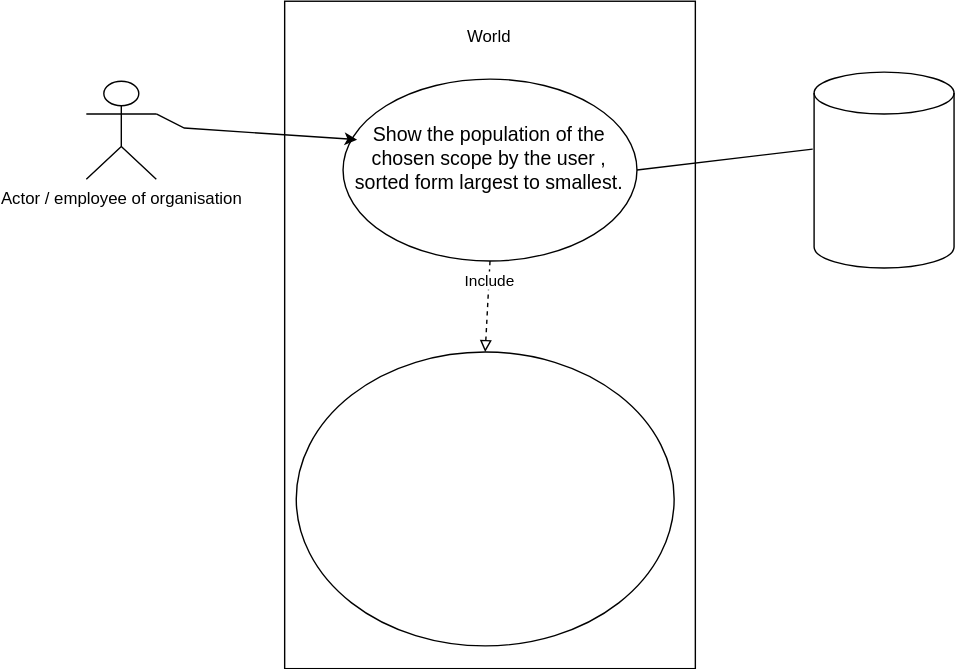
This is use-cases/populationDiagram.svg from RoryM18/sem_group20, a draw.io export, as it was before one commit. Source tidied: cells renumbered, new cells last; positions are measured from the earlier drawing's top-left corner, leaving out a move shared by most shapes.
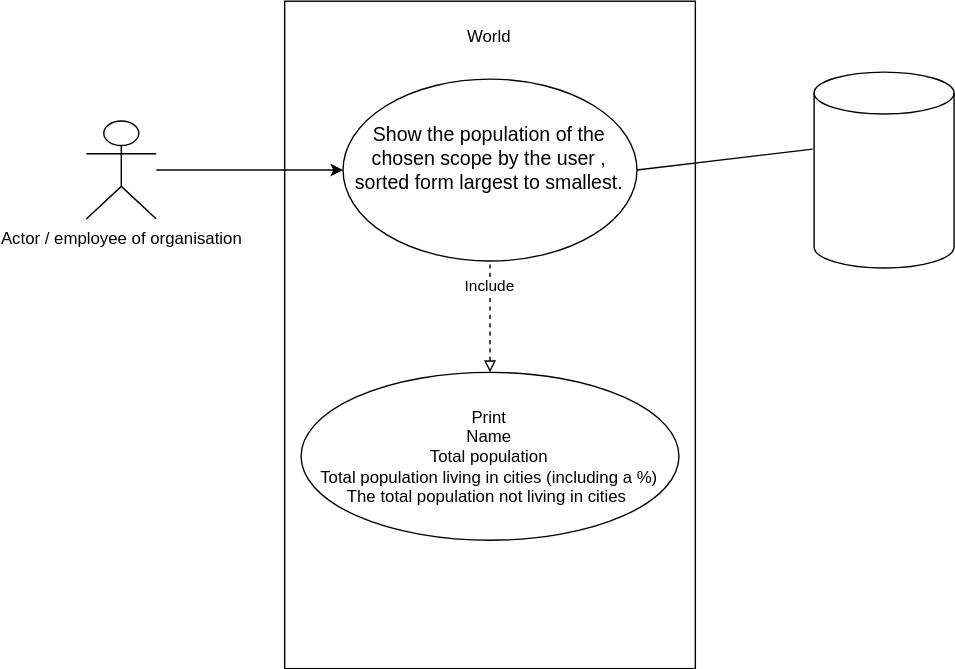
After the commit.

What changed in the source:
```diff
@@ -2,10 +2,13 @@
   <root>
     <mxCell id="0" />
     <mxCell id="1" parent="0" />
+    <mxCell id="8" style="edgeStyle=orthogonalEdgeStyle;rounded=0;jettySize=auto;html=1;fontColor=#000000;" parent="1" edge="1" source="2" target="5">
+      <mxGeometry relative="1" as="geometry" />
+    </mxCell>
     <mxCell id="2" value="Actor / employee of organisation" style="shape=umlActor;verticalLabelPosition=bottom;verticalAlign=top;html=1;outlineConnect=0;" parent="1" vertex="1">
-      <mxGeometry y="46.6" width="50" height="70" as="geometry" />
+      <mxGeometry y="75" width="50" height="70" as="geometry" />
     </mxCell>
-    <mxCell id="3" style="rounded=0;whiteSpace=wrap;html=1;rotation=-90;" parent="1" vertex="1">
+    <mxCell id="3" style="rounded=0;whiteSpace=wrap;html=1;rotation=-90;fillColor=none;" parent="1" vertex="1">
       <mxGeometry x="50" y="81.1" width="476.9" height="293.4" as="geometry" />
     </mxCell>
     <mxCell id="4" value="World" style="text;html=1;strokeColor=none;fillColor=none;align=center;verticalAlign=middle;whiteSpace=wrap;rounded=0;" parent="1" vertex="1">
@@ -14,19 +17,12 @@
     <mxCell id="5" value="&lt;p dir=&quot;auto&quot; style=&quot;box-sizing: border-box ; margin-top: 0px ; margin-bottom: 16px ; font-size: 14px ; font-style: normal ; font-weight: normal ; letter-spacing: normal ; text-indent: 0px ; text-transform: none ; word-spacing: 0px ; text-decoration: none&quot;&gt;&lt;span&gt;Show the population of the chosen scope by the user , sorted form largest to smallest.&lt;/span&gt;&lt;/p&gt;" style="ellipse;whiteSpace=wrap;html=1;" parent="1" vertex="1">
       <mxGeometry x="183.4" y="45" width="210" height="130" as="geometry" />
     </mxCell>
-    <mxCell id="6" value="&lt;font color=&quot;#ffffff&quot;&gt;Print&lt;br&gt;Name of the continent/region/country&lt;br&gt;Total population of the continent/region/country&lt;br&gt;Total population of the conyinet/region/country living in cities (including a %)&lt;br&gt;The total population of the continent/region/country not living in cities&amp;nbsp;&lt;/font&gt;" style="ellipse;whiteSpace=wrap;html=1;fontColor=#000000;" parent="1" vertex="1">
-      <mxGeometry x="150" y="240" width="270" height="210" as="geometry" />
+    <mxCell id="6" value="Print&lt;br&gt;Name &lt;br&gt;Total population&lt;br&gt;Total population living in cities (including a %)&lt;br&gt;The total population not living in cities&amp;nbsp;" style="ellipse;whiteSpace=wrap;html=1;fontColor=#000000;" parent="1" vertex="1">
+      <mxGeometry x="153.4" y="254.5" width="270" height="120" as="geometry" />
     </mxCell>
     <mxCell id="7" value="Include&lt;br&gt;" style="endArrow=none;dashed=1;html=1;rounded=0;fontColor=#000000;exitX=0.5;exitY=0;exitDx=0;exitDy=0;entryX=0.5;entryY=1;entryDx=0;entryDy=0;startArrow=block;startFill=0;" parent="1" edge="1" source="6" target="5">
       <mxGeometry x="0.56" relative="1" as="geometry" />
     </mxCell>
-    <mxCell id="8" style="endArrow=classic;html=1;rounded=0;fontColor=#000000;entryX=0.048;entryY=0.333;entryDx=0;entryDy=0;entryPerimeter=0;exitX=1;exitY=0.3333333333333333;exitDx=0;exitDy=0;exitPerimeter=0;" parent="1" edge="1" source="2" target="5">
-      <mxGeometry relative="1" as="geometry">
-        <Array as="points">
-          <mxPoint x="70" y="80" />
-        </Array>
-      </mxGeometry>
-    </mxCell>
     <mxCell id="9" value="&lt;font color=&quot;#ffffff&quot;&gt;World Databse&lt;/font&gt;" style="shape=cylinder3;whiteSpace=wrap;html=1;boundedLbl=1;backgroundOutline=1;size=15;fontColor=#000000;" parent="1" vertex="1">
       <mxGeometry x="520" y="40" width="100" height="140" as="geometry" />
     </mxCell>
```
